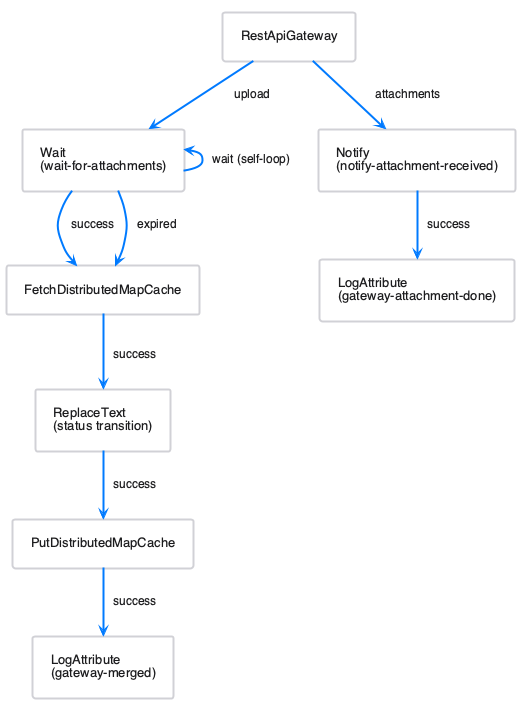
Earlier version of the PlantUML export doc/plantuml/attachment-flow.png (cuioss/nifi-extensions).
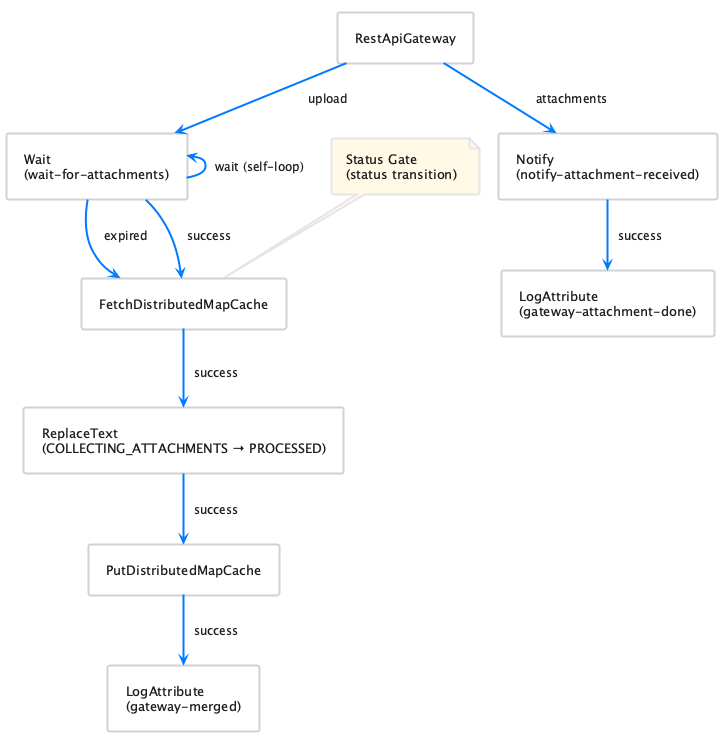
After the commit.

Commit message:
feat: complete attachment flow E2E and rewrite integration guide (#281)

Diff of the diagram source:
```diff
@@ -5,10 +5,13 @@
 rectangle "RestApiGateway" as gw
 rectangle "Wait\n(wait-for-attachments)" as wait
 rectangle "Notify\n(notify-attachment-received)" as notify
+
+note "Status Gate\n(status transition)" as n1
 rectangle "FetchDistributedMapCache" as fetch
-rectangle "ReplaceText\n(status transition)" as replace
+rectangle "ReplaceText\n(COLLECTING_ATTACHMENTS → PROCESSED)" as replace
 rectangle "PutDistributedMapCache" as put
 rectangle "LogAttribute\n(gateway-merged)" as logMerged
+
 rectangle "LogAttribute\n(gateway-attachment-done)" as logAttach
 
 gw -down-> wait : upload
@@ -20,4 +23,6 @@
 fetch -down-> replace : success
 replace -down-> put : success
 put -down-> logMerged : success
+
+n1 .. fetch
 @enduml
```
